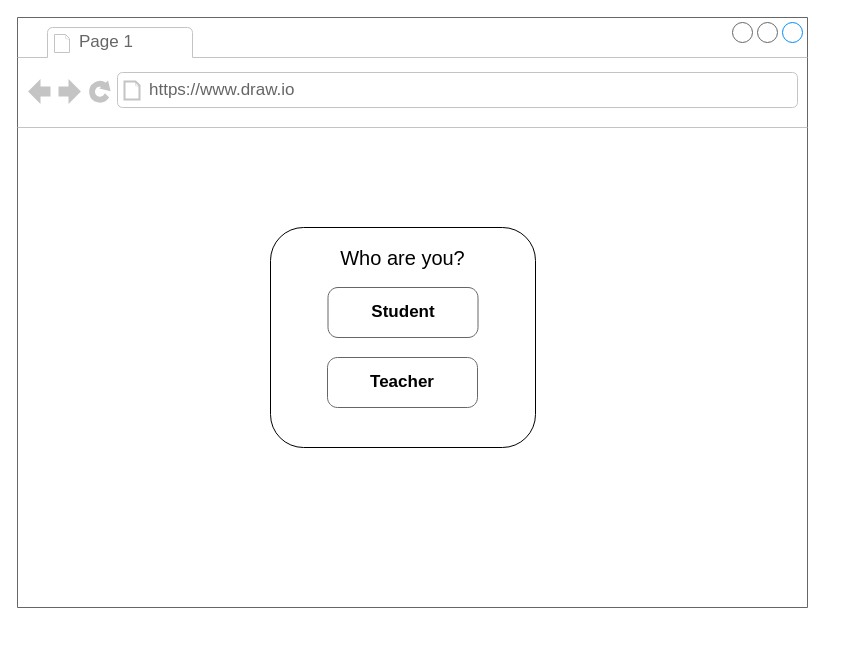
Before: page "Page-1" (1 of 14) of Untitled Diagram.drawio in BuiHongChien/online-test-web-app, a draw.io diagram. Source tidied: cells renumbered, new cells numbered last; positions are measured from the earlier drawing's top-left corner, leaving out a move shared by most shapes. Both pictures are drawn from the tidied source at 100%, with x=0, y=0 at pixel (17, 17).
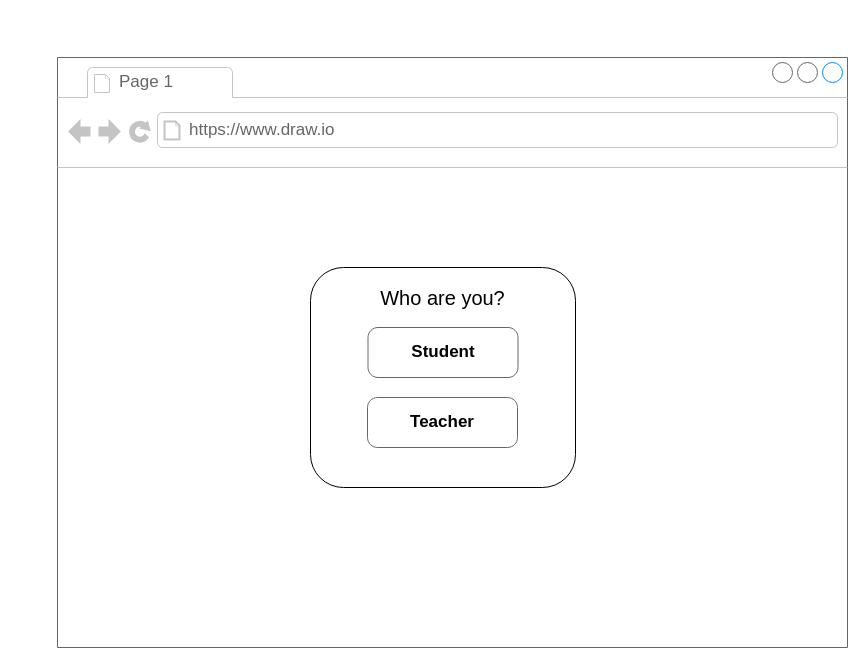
The same page after the edit.

Diff of the diagram source:
```diff
@@
 <mxGraphModel>
   <root>
     <mxCell id="0" />
     <mxCell id="1" parent="0" />
-    <mxCell id="2" style="strokeWidth=1;shadow=0;dashed=0;align=center;html=1;shape=mxgraph.mockup.containers.browserWindow;rSize=0;strokeColor=#666666;strokeColor2=#008cff;strokeColor3=#c4c4c4;mainText=,;" parent="1" vertex="1">
-      <mxGeometry width="790" height="590" as="geometry" />
-    </mxCell>
+    <mxCell id="9" style="strokeWidth=1;shadow=0;dashed=0;align=center;html=1;shape=mxgraph.mockup.containers.browserWindow;rSize=0;strokeColor=#666666;strokeColor2=#008cff;strokeColor3=#c4c4c4;mainText=,;" parent="1" vertex="1">
+      <mxGeometry x="40" y="40" width="790" height="590" as="geometry" />
+    </mxCell>
-    <mxCell id="3" value="Page 1" style="strokeWidth=1;shadow=0;dashed=0;align=center;html=1;shape=mxgraph.mockup.containers.anchor;fontSize=17;fontColor=#666666;align=left;" parent="2" vertex="1">
+    <mxCell id="3" value="Page 1" style="strokeWidth=1;shadow=0;dashed=0;align=center;html=1;shape=mxgraph.mockup.containers.anchor;fontSize=17;fontColor=#666666;align=left;" parent="9" vertex="1">
       <mxGeometry x="60" y="12" width="110" height="26" as="geometry" />
     </mxCell>
-    <mxCell id="4" value="https://www.draw.io" style="strokeWidth=1;shadow=0;dashed=0;align=center;html=1;shape=mxgraph.mockup.containers.anchor;rSize=0;fontSize=17;fontColor=#666666;align=left;" parent="2" vertex="1">
+    <mxCell id="4" value="https://www.draw.io" style="strokeWidth=1;shadow=0;dashed=0;align=center;html=1;shape=mxgraph.mockup.containers.anchor;rSize=0;fontSize=17;fontColor=#666666;align=left;" parent="9" vertex="1">
       <mxGeometry x="130" y="60" width="250" height="26" as="geometry" />
     </mxCell>
-    <mxCell id="5" style="rounded=1;whiteSpace=wrap;html=1;" parent="2" vertex="1">
+    <mxCell id="5" style="rounded=1;whiteSpace=wrap;html=1;" parent="9" vertex="1">
       <mxGeometry x="253" y="210" width="265" height="220" as="geometry" />
     </mxCell>
-    <mxCell id="6" value="Student" style="strokeWidth=1;shadow=0;dashed=0;align=center;html=1;shape=mxgraph.mockup.buttons.button;strokeColor=#666666;mainText=;buttonStyle=round;fontSize=17;fontStyle=1;whiteSpace=wrap;fillColor=#FFFFFF;" parent="2" vertex="1">
+    <mxCell id="6" value="Student" style="strokeWidth=1;shadow=0;dashed=0;align=center;html=1;shape=mxgraph.mockup.buttons.button;strokeColor=#666666;mainText=;buttonStyle=round;fontSize=17;fontStyle=1;whiteSpace=wrap;fillColor=#FFFFFF;" parent="9" vertex="1">
       <mxGeometry x="310.5" y="270" width="150" height="50" as="geometry" />
     </mxCell>
-    <mxCell id="7" value="Teacher" style="strokeWidth=1;shadow=0;dashed=0;align=center;html=1;shape=mxgraph.mockup.buttons.button;strokeColor=#666666;mainText=;buttonStyle=round;fontSize=17;fontStyle=1;whiteSpace=wrap;fillColor=#FFFFFF;" parent="2" vertex="1">
+    <mxCell id="7" value="Teacher" style="strokeWidth=1;shadow=0;dashed=0;align=center;html=1;shape=mxgraph.mockup.buttons.button;strokeColor=#666666;mainText=;buttonStyle=round;fontSize=17;fontStyle=1;whiteSpace=wrap;fillColor=#FFFFFF;" parent="9" vertex="1">
       <mxGeometry x="310" y="340" width="150" height="50" as="geometry" />
     </mxCell>
-    <mxCell id="8" value="&lt;font style=&quot;font-size: 20px&quot;&gt;Who are you?&lt;/font&gt;" style="text;html=1;strokeColor=none;fillColor=none;align=center;verticalAlign=middle;whiteSpace=wrap;rounded=0;fontColor=#000000;" parent="2" vertex="1">
+    <mxCell id="8" value="&lt;font style=&quot;font-size: 20px&quot;&gt;Who are you?&lt;/font&gt;" style="text;html=1;strokeColor=none;fillColor=none;align=center;verticalAlign=middle;whiteSpace=wrap;rounded=0;fontColor=#000000;" parent="9" vertex="1">
       <mxGeometry x="311" y="230" width="149" height="20" as="geometry" />
     </mxCell>
   </root>
 </mxGraphModel>
```
